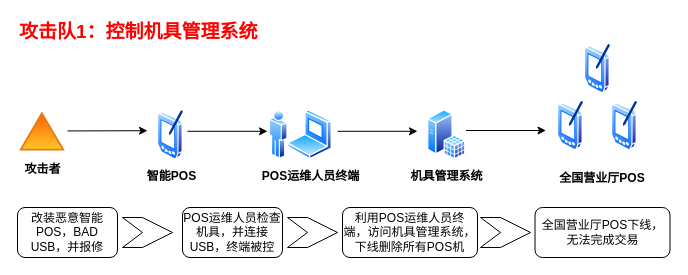
This is sandbox.drawio from razor/1102_decoration, a draw.io file, before an edit. Source tidied: cells renumbered, new cells numbered last; positions are measured from the earlier drawing's top-left corner, leaving out a move shared by most shapes. Both pictures are drawn from the tidied source at 100%, with x=0, y=0 at pixel (17, 17).
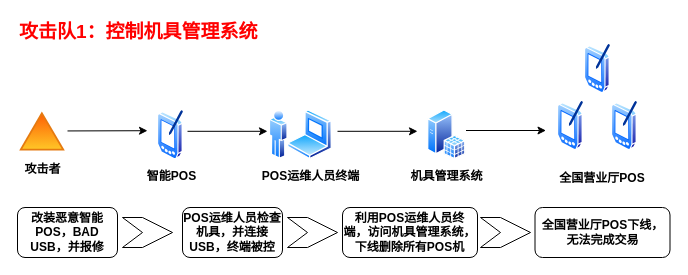
Above is the later version.

Diff of the diagram source:
```diff
@@
-<mxGraphModel>
+<mxGraphModel background="#ffffff">
@@
-    <mxCell id="16" value="改装恶意智能POS，BAD USB，并报修" style="rounded=1;whiteSpace=wrap;html=1;" parent="1" vertex="1">
+    <mxCell id="16" value="改装恶意智能POS，BAD USB，并报修" style="rounded=1;whiteSpace=wrap;html=1;fontStyle=1;" parent="1" vertex="1">
       <mxGeometry y="190" width="100" height="50" as="geometry" />
     </mxCell>
-    <mxCell id="17" value="POS运维人员检查机具，并连接USB，终端被控" style="rounded=1;whiteSpace=wrap;html=1;" parent="1" vertex="1">
+    <mxCell id="17" value="POS运维人员检查机具，并连接USB，终端被控" style="rounded=1;whiteSpace=wrap;html=1;fontStyle=1;" parent="1" vertex="1">
       <mxGeometry x="165" y="190" width="100" height="50" as="geometry" />
     </mxCell>
-    <mxCell id="18" value="利用POS运维人员终端，访问机具管理系统，下线删除所有POS机" style="rounded=1;whiteSpace=wrap;html=1;" parent="1" vertex="1">
+    <mxCell id="18" value="利用POS运维人员终端，访问机具管理系统，下线删除所有POS机" style="rounded=1;whiteSpace=wrap;html=1;fontStyle=1;" parent="1" vertex="1">
       <mxGeometry x="325" y="190" width="135" height="50" as="geometry" />
     </mxCell>
-    <mxCell id="19" value="全国营业厅POS下线，无法完成交易" style="rounded=1;whiteSpace=wrap;html=1;" parent="1" vertex="1">
+    <mxCell id="19" value="全国营业厅POS下线，无法完成交易" style="rounded=1;whiteSpace=wrap;html=1;fontStyle=1;" parent="1" vertex="1">
       <mxGeometry x="517.5" y="190" width="135" height="50" as="geometry" />
     </mxCell>
```
